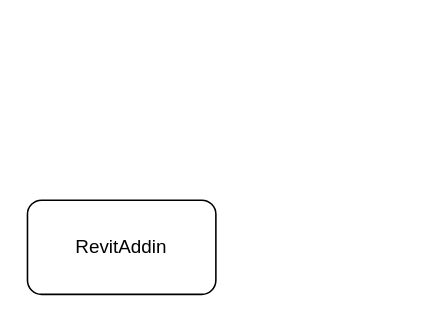
Earlier version of the draw.io diagram RevitAddin.drawio (gaochaowyq/MinderGraph). Source tidied: cells renumbered, new cells numbered last; positions are measured from the earlier drawing's top-left corner, leaving out a move shared by most shapes. Both pictures are drawn from the tidied source at 157%, with x=0, y=0 at pixel (27, 199).
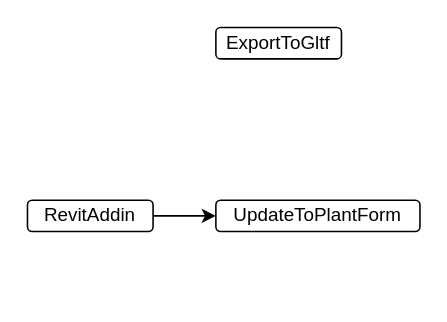
The same page after the edit.

Change to the diagram source:
```diff
@@
 <mxGraphModel>
   <root>
     <mxCell id="0" />
     <mxCell id="1" parent="0" />
+    <mxCell id="3" style="edgeStyle=orthogonalEdgeStyle;rounded=0;jettySize=auto;html=1;" parent="1" edge="1" source="2" target="5">
+      <mxGeometry relative="1" as="geometry" />
+    </mxCell>
     <mxCell id="2" value="RevitAddin" style="rounded=1;whiteSpace=wrap;html=1;" parent="1" vertex="1">
-      <mxGeometry width="120" height="60" as="geometry" />
+      <mxGeometry width="80" height="20" as="geometry" />
     </mxCell>
+    <mxCell id="4" value="ExportToGltf" style="rounded=1;whiteSpace=wrap;html=1;" parent="1" vertex="1">
+      <mxGeometry x="120" y="-110" width="80" height="20" as="geometry" />
+    </mxCell>
+    <mxCell id="5" value="UpdateToPlantForm" style="rounded=1;whiteSpace=wrap;html=1;" parent="1" vertex="1">
+      <mxGeometry x="120" width="130" height="20" as="geometry" />
+    </mxCell>
   </root>
 </mxGraphModel>
```
